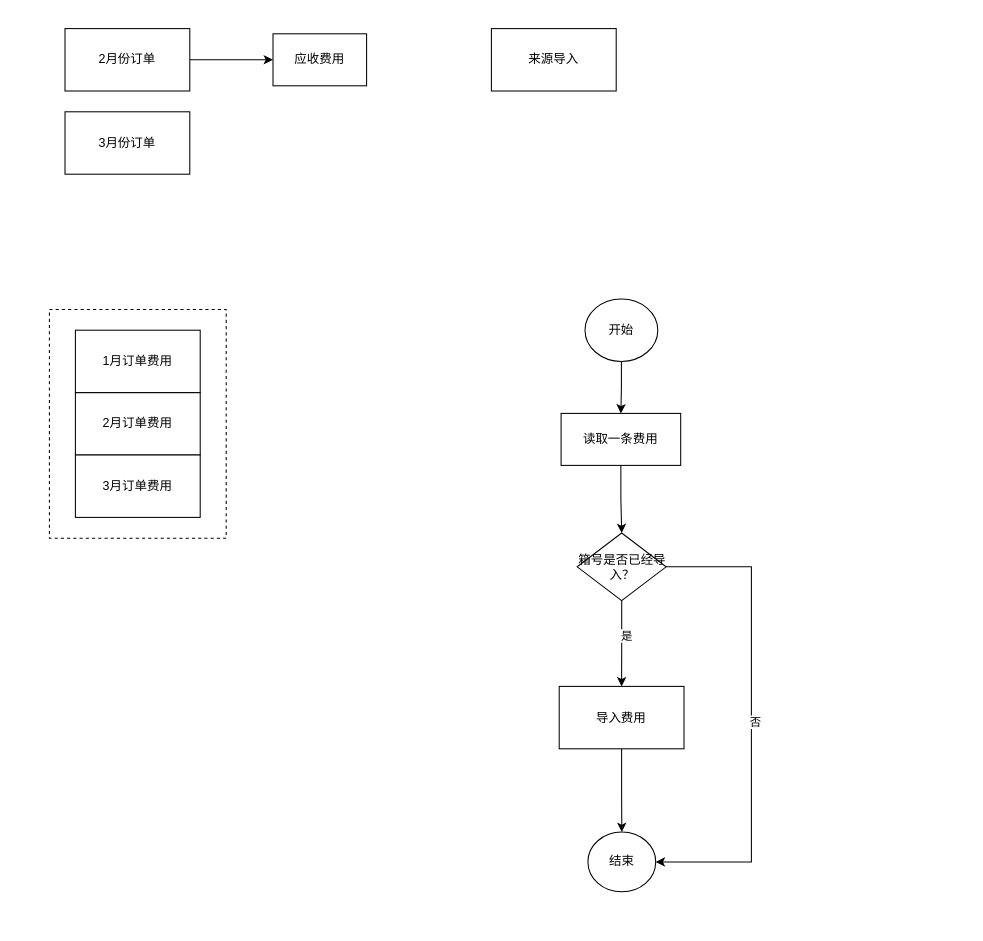
Earlier version of the draw.io diagram 落集数据导入.drawio (gongyao1992/draw). Source tidied: cells renumbered, new cells numbered last; positions are measured from the earlier drawing's top-left corner, leaving out a move shared by most shapes. Both pictures are drawn from the tidied source at 104%, with x=0, y=0 at pixel (49, 28).
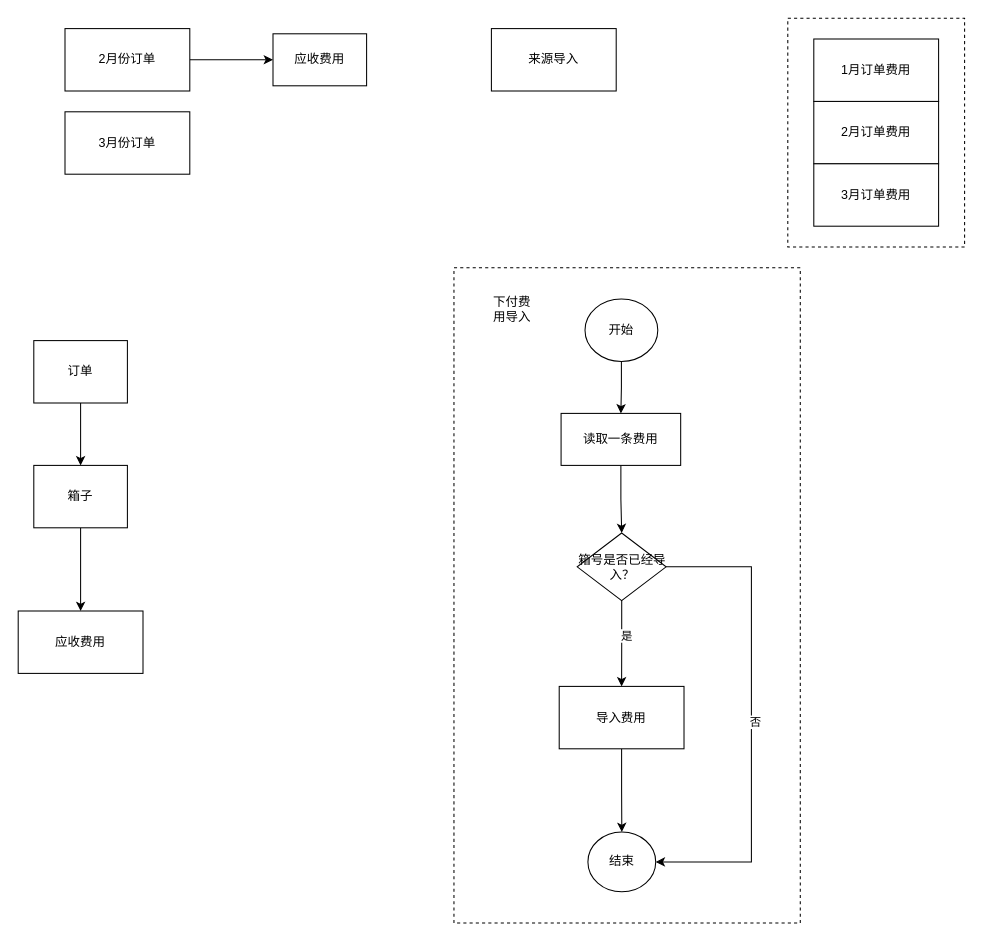
Above is the later version.

Commit message:
更新落集数据导入.drawio

Change to the diagram source:
```diff
@@
     <mxCell id="5" style="group;" parent="1" vertex="1">
-      <mxGeometry x="25" y="290" width="145" height="200" as="geometry" />
+      <mxGeometry x="735" y="10" width="145" height="200" as="geometry" />
     </mxCell>
@@
+    <mxCell id="24" style="rounded=0;whiteSpace=wrap;html=1;fillColor=none;dashed=1;" parent="1" vertex="1">
+      <mxGeometry x="389" y="230" width="333" height="630" as="geometry" />
+    </mxCell>
+    <mxCell id="25" value="下付费用导入" style="text;html=1;strokeColor=none;fillColor=none;align=center;verticalAlign=middle;whiteSpace=wrap;rounded=0;dashed=1;" parent="1" vertex="1">
+      <mxGeometry x="425" y="260" width="40" height="20" as="geometry" />
+    </mxCell>
+    <mxCell id="26" style="edgeStyle=orthogonalEdgeStyle;rounded=0;jettySize=auto;html=1;entryX=0.5;entryY=0;entryDx=0;entryDy=0;" parent="1" edge="1" source="27" target="29">
+      <mxGeometry relative="1" as="geometry" />
+    </mxCell>
+    <mxCell id="27" value="订单" style="rounded=0;whiteSpace=wrap;html=1;" parent="1" vertex="1">
+      <mxGeometry x="-15" y="300" width="90" height="60" as="geometry" />
+    </mxCell>
+    <mxCell id="28" style="edgeStyle=orthogonalEdgeStyle;rounded=0;jettySize=auto;html=1;" parent="1" edge="1" source="29" target="30">
+      <mxGeometry relative="1" as="geometry" />
+    </mxCell>
+    <mxCell id="29" value="箱子" style="rounded=0;whiteSpace=wrap;html=1;" parent="1" vertex="1">
+      <mxGeometry x="-15" y="420" width="90" height="60" as="geometry" />
+    </mxCell>
+    <mxCell id="30" value="应收费用" style="whiteSpace=wrap;html=1;rounded=0;" parent="1" vertex="1">
+      <mxGeometry x="-30" y="560" width="120" height="60" as="geometry" />
+    </mxCell>
```
